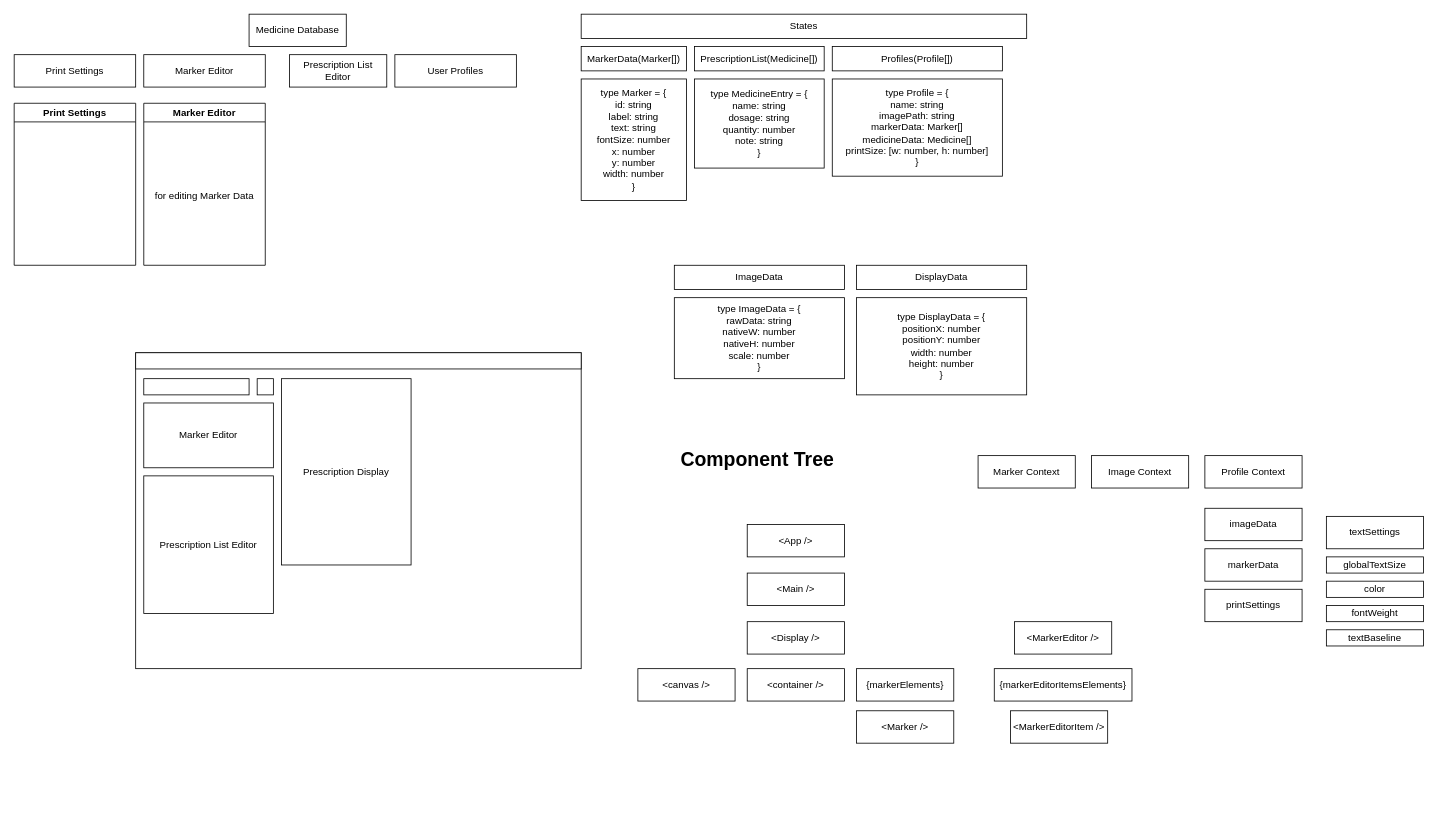
Above: page "Structure" (2 of 4) of flowchart.drawio in jogaleon/prescription-writing-react-ts (draw.io), before the change. Source tidied: cells renumbered, new cells numbered last; positions are measured from the earlier drawing's top-left corner, leaving out a move shared by most shapes. Both pictures are drawn from the tidied source at 81%, with x=0, y=0 at pixel (14, 14).
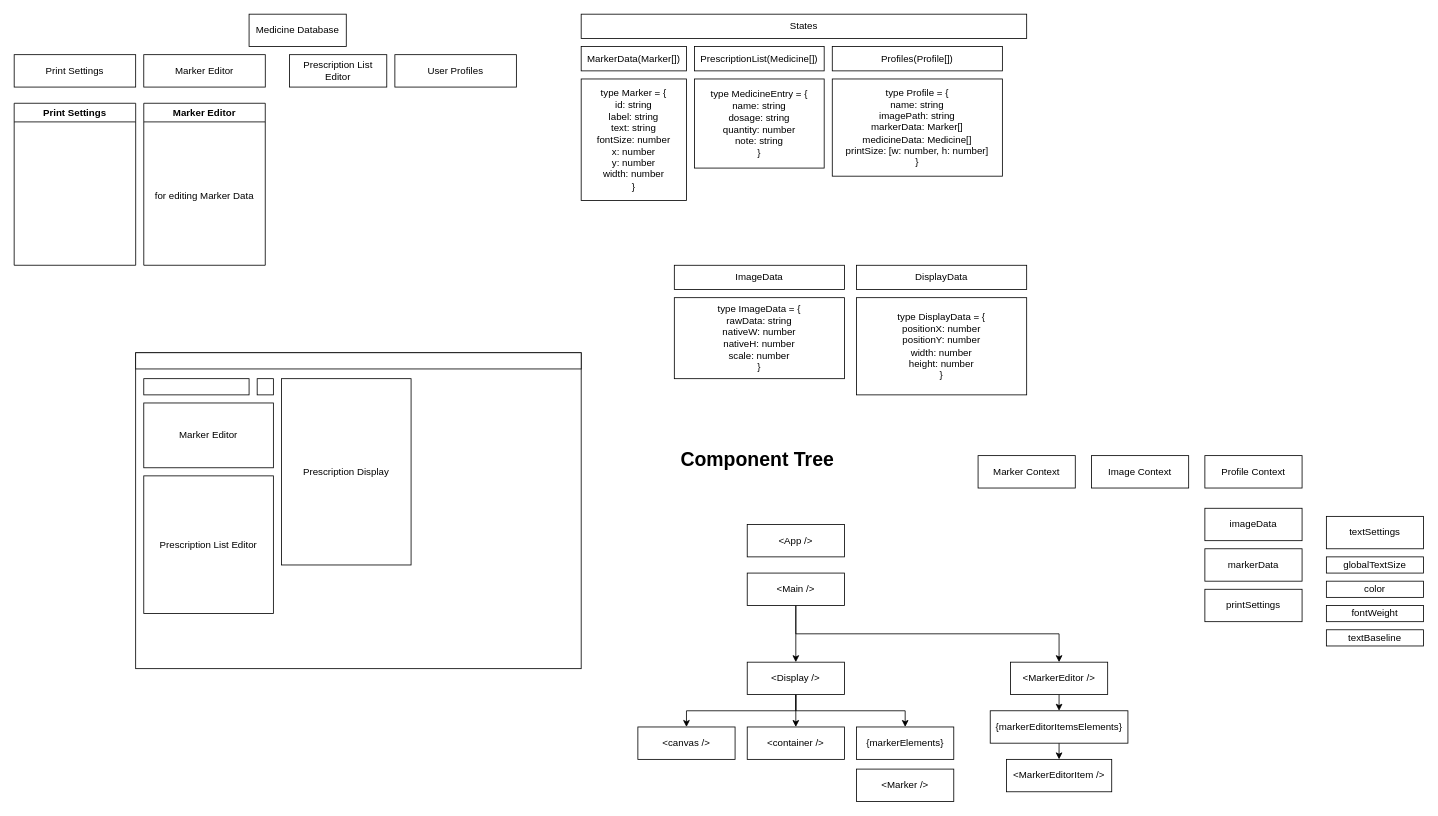
After the change.

The change refers to these unchanged cells:
```xml
<mxCell id="30" value="&amp;lt;Main /&amp;gt;" style="rounded=0;whiteSpace=wrap;html=1;" parent="1" vertex="1">
  <mxGeometry x="905" y="690" width="120" height="40" as="geometry" />
</mxCell>
```

Diff of the diagram source:
```diff
@@
+    <mxCell id="50" style="edgeStyle=orthogonalEdgeStyle;rounded=0;jettySize=auto;html=1;exitX=0.5;exitY=1;exitDx=0;exitDy=0;entryX=0.5;entryY=0;entryDx=0;entryDy=0;" parent="1" edge="1" source="30" target="31">
+      <mxGeometry relative="1" as="geometry" />
+    </mxCell>
+    <mxCell id="51" style="edgeStyle=orthogonalEdgeStyle;rounded=0;jettySize=auto;html=1;exitX=0.5;exitY=1;exitDx=0;exitDy=0;entryX=0.5;entryY=0;entryDx=0;entryDy=0;" parent="1" edge="1" source="30" target="32">
+      <mxGeometry relative="1" as="geometry" />
+    </mxCell>
@@
+    <mxCell id="52" style="edgeStyle=orthogonalEdgeStyle;rounded=0;jettySize=auto;html=1;exitX=0.5;exitY=1;exitDx=0;exitDy=0;entryX=0.5;entryY=0;entryDx=0;entryDy=0;" parent="1" edge="1" source="31" target="33">
+      <mxGeometry relative="1" as="geometry" />
+    </mxCell>
+    <mxCell id="53" style="edgeStyle=orthogonalEdgeStyle;rounded=0;jettySize=auto;html=1;exitX=0.5;exitY=1;exitDx=0;exitDy=0;entryX=0.5;entryY=0;entryDx=0;entryDy=0;" parent="1" edge="1" source="31" target="34">
+      <mxGeometry relative="1" as="geometry" />
+    </mxCell>
+    <mxCell id="54" style="edgeStyle=orthogonalEdgeStyle;rounded=0;jettySize=auto;html=1;exitX=0.5;exitY=1;exitDx=0;exitDy=0;entryX=0.5;entryY=0;entryDx=0;entryDy=0;" parent="1" edge="1" source="31" target="35">
+      <mxGeometry relative="1" as="geometry" />
+    </mxCell>
     <mxCell id="31" value="&amp;lt;Display /&amp;gt;" style="rounded=0;whiteSpace=wrap;html=1;" parent="1" vertex="1">
-      <mxGeometry x="905" y="750" width="120" height="40" as="geometry" />
+      <mxGeometry x="905" y="800" width="120" height="40" as="geometry" />
     </mxCell>
+    <mxCell id="55" style="edgeStyle=orthogonalEdgeStyle;rounded=0;jettySize=auto;html=1;exitX=0.5;exitY=1;exitDx=0;exitDy=0;entryX=0.5;entryY=0;entryDx=0;entryDy=0;" parent="1" edge="1" source="32" target="38">
+      <mxGeometry relative="1" as="geometry" />
+    </mxCell>
     <mxCell id="32" value="&amp;lt;MarkerEditor /&amp;gt;" style="rounded=0;whiteSpace=wrap;html=1;" parent="1" vertex="1">
-      <mxGeometry x="1235" y="750" width="120" height="40" as="geometry" />
+      <mxGeometry x="1230" y="800" width="120" height="40" as="geometry" />
     </mxCell>
     <mxCell id="33" value="&amp;lt;canvas /&amp;gt;" style="rounded=0;whiteSpace=wrap;html=1;" parent="1" vertex="1">
-      <mxGeometry x="770" y="808" width="120" height="40" as="geometry" />
+      <mxGeometry x="770" y="880" width="120" height="40" as="geometry" />
     </mxCell>
     <mxCell id="34" value="&amp;lt;container /&amp;gt;" style="rounded=0;whiteSpace=wrap;html=1;" parent="1" vertex="1">
-      <mxGeometry x="905" y="808" width="120" height="40" as="geometry" />
+      <mxGeometry x="905" y="880" width="120" height="40" as="geometry" />
     </mxCell>
     <mxCell id="35" value="{markerElements}" style="rounded=0;whiteSpace=wrap;html=1;" parent="1" vertex="1">
-      <mxGeometry x="1040" y="808" width="120" height="40" as="geometry" />
+      <mxGeometry x="1040" y="880" width="120" height="40" as="geometry" />
     </mxCell>
     <mxCell id="36" value="&amp;lt;Marker /&amp;gt;" style="rounded=0;whiteSpace=wrap;html=1;" parent="1" vertex="1">
-      <mxGeometry x="1040" y="860" width="120" height="40" as="geometry" />
+      <mxGeometry x="1040" y="932" width="120" height="40" as="geometry" />
     </mxCell>
     <mxCell id="37" value="&amp;lt;MarkerEditorItem /&amp;gt;" style="rounded=0;whiteSpace=wrap;html=1;" parent="1" vertex="1">
-      <mxGeometry x="1230" y="860" width="120" height="40" as="geometry" />
+      <mxGeometry x="1225" y="920" width="130" height="40" as="geometry" />
     </mxCell>
+    <mxCell id="56" style="edgeStyle=orthogonalEdgeStyle;rounded=0;jettySize=auto;html=1;exitX=0.5;exitY=1;exitDx=0;exitDy=0;entryX=0.5;entryY=0;entryDx=0;entryDy=0;" parent="1" edge="1" source="38" target="37">
+      <mxGeometry relative="1" as="geometry" />
+    </mxCell>
     <mxCell id="38" value="{markerEditorItemsElements}" style="rounded=0;whiteSpace=wrap;html=1;" parent="1" vertex="1">
-      <mxGeometry x="1210" y="808" width="170" height="40" as="geometry" />
+      <mxGeometry x="1205" y="860" width="170" height="40" as="geometry" />
     </mxCell>
```
